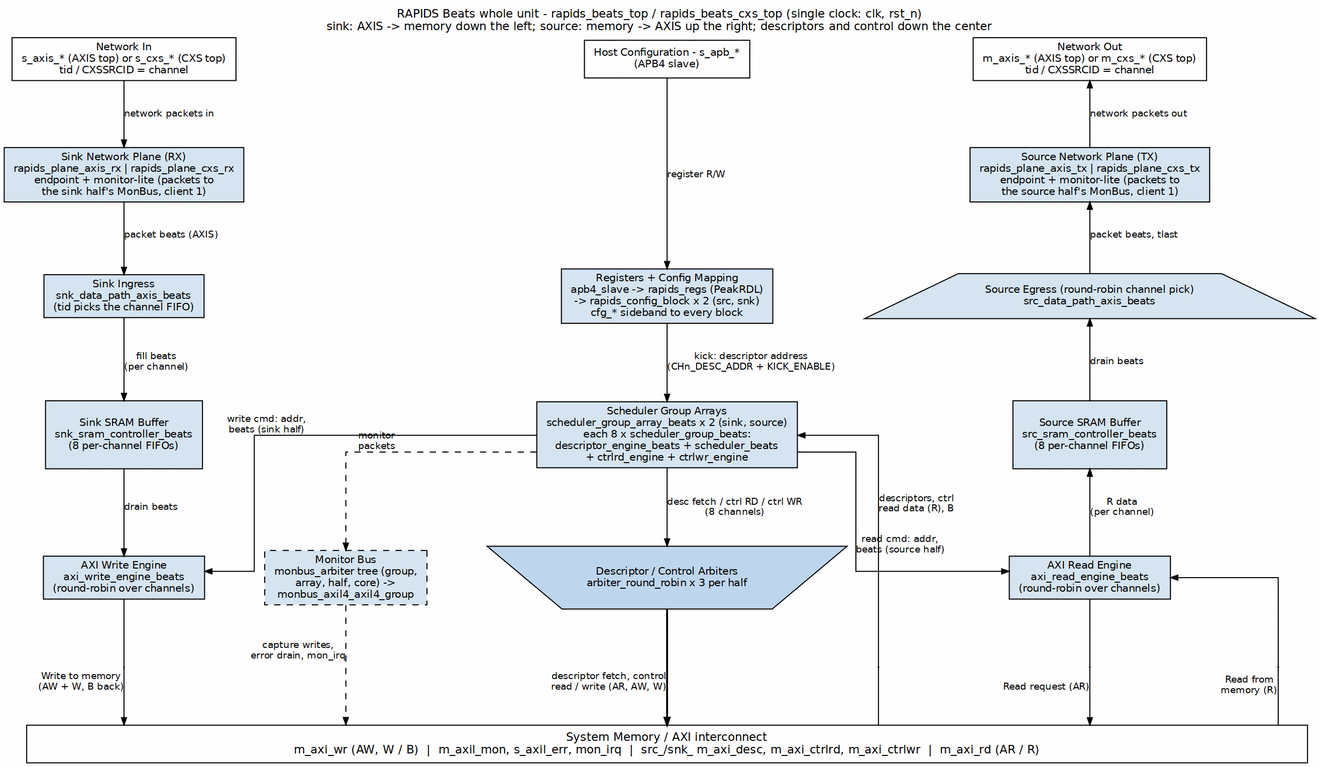
Before: projects/components/dma-ip/rapids/docs/rapids_beats_has/assets/graphviz/ch02_whole_unit.png, a diagram exported from Graphviz (sean-galloway/RTLDesignSherpa). Its source is kept beside it as projects/components/dma-ip/rapids/docs/rapids_beats_has/assets/graphviz/ch02_whole_unit.dot.
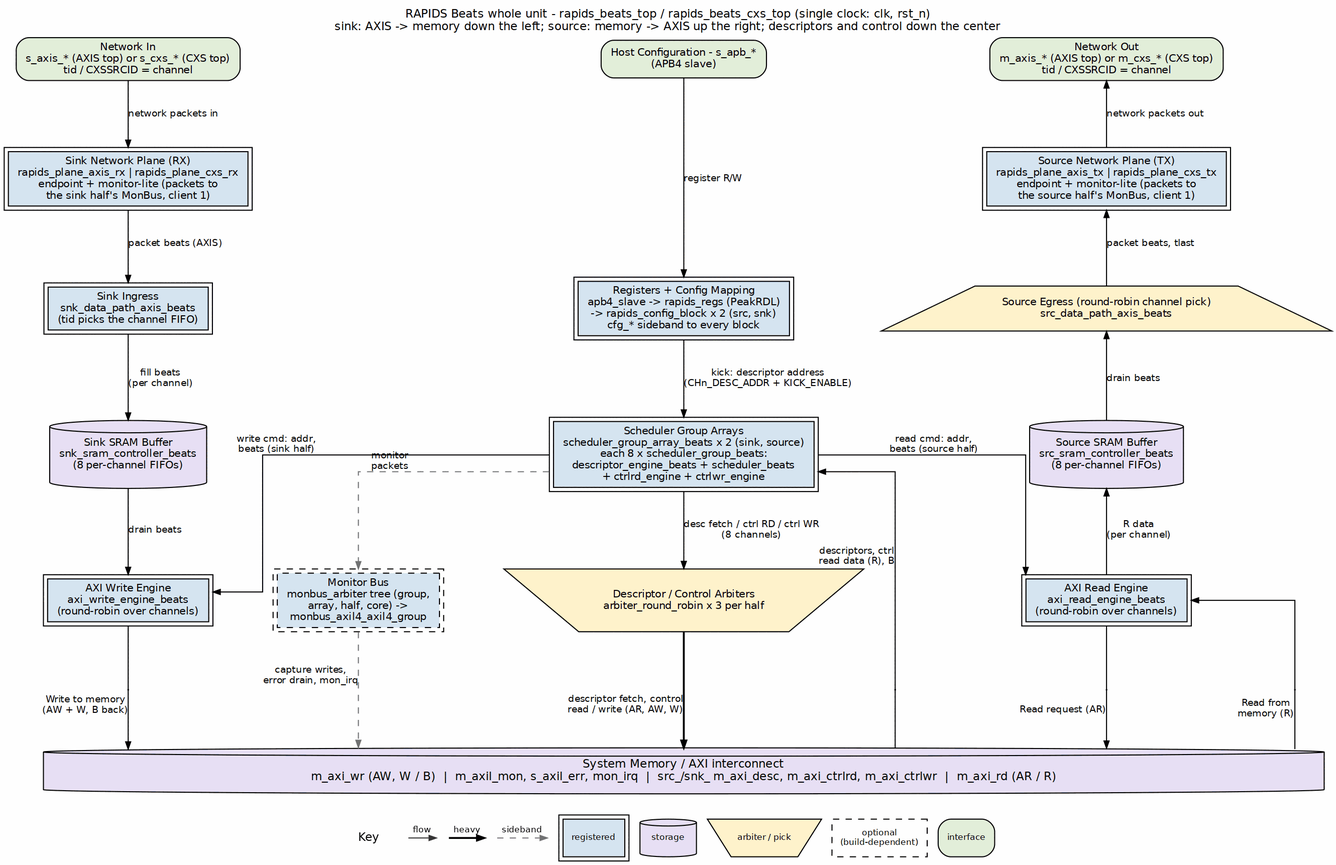
After the commit.

The edit, as a diff of the source:
```diff
@@ -4,33 +4,33 @@
            label="RAPIDS Beats whole unit - rapids_beats_top / rapids_beats_cxs_top (single clock: clk, rst_n)\nsink: AXIS -> memory down the left; source: memory -> AXIS up the right; descriptors and control down the center",
            labelloc=t, labeljust=c];
     node  [fontname="Helvetica", fontsize=10, shape=box, style=filled,
-           fillcolor="#D6E4F0", color="black", margin="0.12,0.06"];
+           fillcolor="white", color="black", margin="0.12,0.06"];
     edge  [fontname="Helvetica", fontsize=9, color="black", arrowsize=0.7];
 
-    s_axis [label="Network In\ns_axis_* (AXIS top) or s_cxs_* (CXS top)\ntid / CXSSRCID = channel", fillcolor="white", group=L];
-    s_apb  [label="Host Configuration - s_apb_*\n(APB4 slave)", fillcolor="white", group=C];
-    m_axis [label="Network Out\nm_axis_* (AXIS top) or m_cxs_* (CXS top)\ntid / CXSSRCID = channel", fillcolor="white", group=R];
+    s_axis [label="Network In\ns_axis_* (AXIS top) or s_cxs_* (CXS top)\ntid / CXSSRCID = channel", fillcolor="white", group=L, style="rounded,filled", fillcolor="#E2EFDA"];
+    s_apb  [label="Host Configuration - s_apb_*\n(APB4 slave)", fillcolor="white", group=C, style="rounded,filled", fillcolor="#E2EFDA"];
+    m_axis [label="Network Out\nm_axis_* (AXIS top) or m_cxs_* (CXS top)\ntid / CXSSRCID = channel", fillcolor="white", group=R, style="rounded,filled", fillcolor="#E2EFDA"];
 
-    plane_rx [label="Sink Network Plane (RX)\nrapids_plane_axis_rx | rapids_plane_cxs_rx\nendpoint + monitor-lite (packets to\nthe sink half's MonBus, client 1)", group=L];
-    plane_tx [label="Source Network Plane (TX)\nrapids_plane_axis_tx | rapids_plane_cxs_tx\nendpoint + monitor-lite (packets to\nthe source half's MonBus, client 1)", group=R];
+    plane_rx [label="Sink Network Plane (RX)\nrapids_plane_axis_rx | rapids_plane_cxs_rx\nendpoint + monitor-lite (packets to\nthe sink half's MonBus, client 1)", group=L, peripheries=2, style="filled", fillcolor="#D6E4F0"];
+    plane_tx [label="Source Network Plane (TX)\nrapids_plane_axis_tx | rapids_plane_cxs_tx\nendpoint + monitor-lite (packets to\nthe source half's MonBus, client 1)", group=R, peripheries=2, style="filled", fillcolor="#D6E4F0"];
 
-    ingress [label="Sink Ingress\nsnk_data_path_axis_beats\n(tid picks the channel FIFO)", group=L];
-    regs    [label="Registers + Config Mapping\napb4_slave -> rapids_regs (PeakRDL)\n-> rapids_config_block x 2 (src, snk)\ncfg_* sideband to every block", group=C];
+    ingress [label="Sink Ingress\nsnk_data_path_axis_beats\n(tid picks the channel FIFO)", group=L, peripheries=2, style="filled", fillcolor="#D6E4F0"];
+    regs    [label="Registers + Config Mapping\napb4_slave -> rapids_regs (PeakRDL)\n-> rapids_config_block x 2 (src, snk)\ncfg_* sideband to every block", group=C, peripheries=2, style="filled", fillcolor="#D6E4F0"];
     egress  [label="Source Egress (round-robin channel pick)\nsrc_data_path_axis_beats",
-             shape=trapezium, width=3.4, height=0.6, group=R];
+             shape=trapezium, width=3.4, height=0.6, group=R, style="filled", fillcolor="#FFF2CC"];
 
-    snk_sram [label="Sink SRAM Buffer\nsnk_sram_controller_beats\n(8 per-channel FIFOs)", height=0.9, group=L];
-    sga      [label="Scheduler Group Arrays\nscheduler_group_array_beats x 2 (sink, source)\neach 8 x scheduler_group_beats:\ndescriptor_engine_beats + scheduler_beats\n+ ctrlrd_engine + ctrlwr_engine", group=C];
-    src_sram [label="Source SRAM Buffer\nsrc_sram_controller_beats\n(8 per-channel FIFOs)", height=0.9, group=R];
+    snk_sram [label="Sink SRAM Buffer\nsnk_sram_controller_beats\n(8 per-channel FIFOs)", height=0.9, group=L, shape=cylinder, style="filled", fillcolor="#E8DFF5"];
+    sga      [label="Scheduler Group Arrays\nscheduler_group_array_beats x 2 (sink, source)\neach 8 x scheduler_group_beats:\ndescriptor_engine_beats + scheduler_beats\n+ ctrlrd_engine + ctrlwr_engine", group=C, peripheries=2, style="filled", fillcolor="#D6E4F0"];
+    src_sram [label="Source SRAM Buffer\nsrc_sram_controller_beats\n(8 per-channel FIFOs)", height=0.9, group=R, shape=cylinder, style="filled", fillcolor="#E8DFF5"];
 
-    wr_eng [label="AXI Write Engine\naxi_write_engine_beats\n(round-robin over channels)", group=L];
+    wr_eng [label="AXI Write Engine\naxi_write_engine_beats\n(round-robin over channels)", group=L, peripheries=2, style="filled", fillcolor="#D6E4F0"];
     arb    [label="Descriptor / Control Arbiters\narbiter_round_robin x 3 per half",
-            shape=invtrapezium, width=4.2, fillcolor="#BFD7EE", group=C];
-    mon    [label="Monitor Bus\nmonbus_arbiter tree (group,\narray, half, core) ->\nmonbus_axil4_axil4_group", style="filled,dashed"];
-    rd_eng [label="AXI Read Engine\naxi_read_engine_beats\n(round-robin over channels)", group=R];
+            shape=invtrapezium, width=4.2, fillcolor="#BFD7EE", group=C, style="filled", fillcolor="#FFF2CC"];
+    mon    [label="Monitor Bus\nmonbus_arbiter tree (group,\narray, half, core) ->\nmonbus_axil4_axil4_group", style="filled,dashed", peripheries=2, style="filled,dashed", fillcolor="#D6E4F0"];
+    rd_eng [label="AXI Read Engine\naxi_read_engine_beats\n(round-robin over channels)", group=R, peripheries=2, style="filled", fillcolor="#D6E4F0"];
 
     mem [label="System Memory / AXI interconnect\nm_axi_wr (AW, W / B)  |  m_axil_mon, s_axil_err, mon_irq  |  src_/snk_ m_axi_desc, m_axi_ctrlrd, m_axi_ctrlwr  |  m_axi_rd (AR / R)",
-         fillcolor="white", width=17.0, fontsize=11, group=C];
+         fillcolor="white", width=17.0, fontsize=11, group=C, shape=cylinder, style="filled", fillcolor="#E8DFF5"];
 
     s_axis   -> plane_rx [label="network packets in"];
     plane_rx -> ingress  [label="packet beats (AXIS)"];
@@ -42,7 +42,7 @@
     sga   -> arb  [label="desc fetch / ctrl RD / ctrl WR\n(8 channels)"];
     sga   -> wr_eng [xlabel="write cmd: addr,\nbeats (sink half)"];
     sga   -> rd_eng [xlabel="read cmd: addr,\nbeats (source half)"];
-    sga   -> mon    [style=dashed, xlabel="monitor\npackets"];
+    sga   -> mon    [style=dashed, color="#777777", xlabel="monitor\npackets"];
 
     m_axis   -> plane_tx [dir=back, label="network packets out"];
     plane_tx -> egress   [dir=back, label="packet beats, tlast"];
@@ -66,7 +66,7 @@
     p_cmd  -> mem   [xlabel="descriptor fetch, control\nread / write (AR, AW, W)", penwidth=1.8, tailclip=false];
     sga    -> p_dr  [dir=back, xlabel="descriptors, ctrl\nread data (R), B", headclip=false];
     p_dr   -> mem   [dir=none, tailclip=false];
-    mon    -> mem   [style=dashed, xlabel="capture writes,\nerror drain, mon_irq"];
+    mon    -> mem   [style=dashed, color="#777777", xlabel="capture writes,\nerror drain, mon_irq"];
     rd_eng -> p_ar  [arrowhead=none, headclip=false];
     p_ar   -> mem   [xlabel="Read request (AR)", tailclip=false];
     rd_eng -> p_rd  [dir=back, headclip=false];
```
